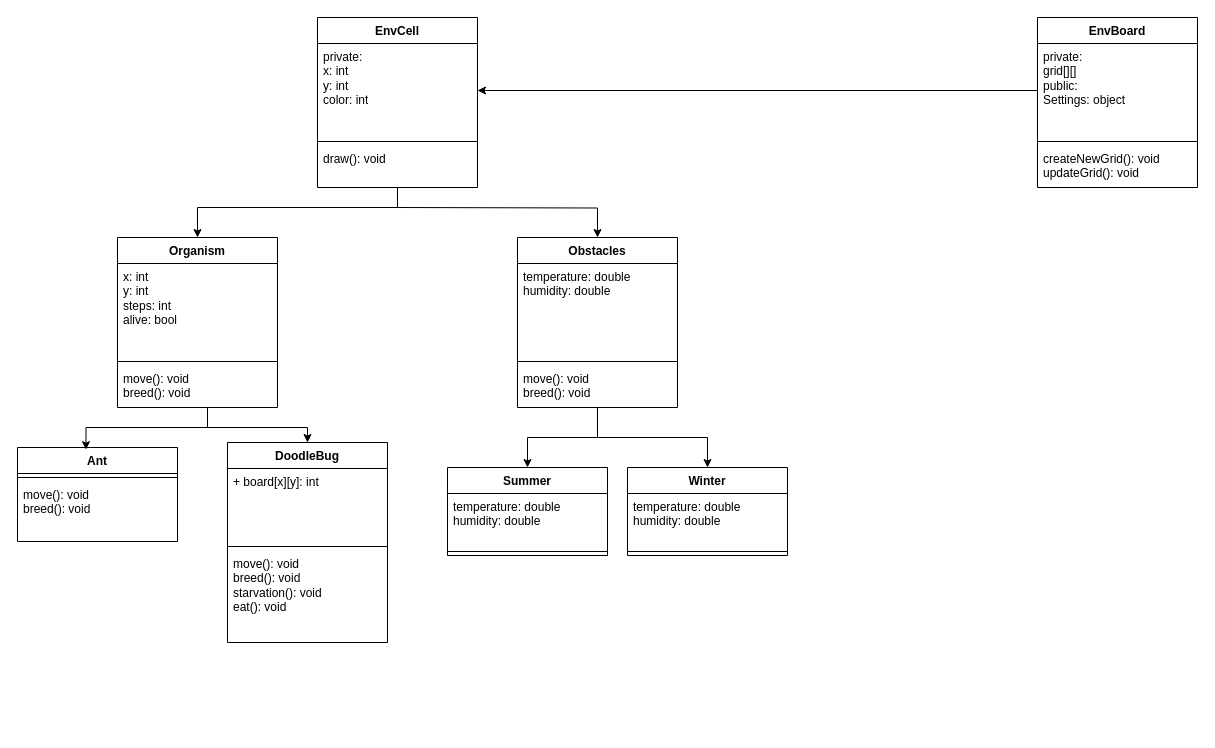
Earlier version of the draw.io diagram Class Diagram.drawio (seysha-git/Predator-prey-simulation). Source tidied: cells renumbered, new cells numbered last; positions are measured from the earlier drawing's top-left corner, leaving out a move shared by most shapes. Both pictures are drawn from the tidied source at 100%, with x=0, y=0 at pixel (17, 17).
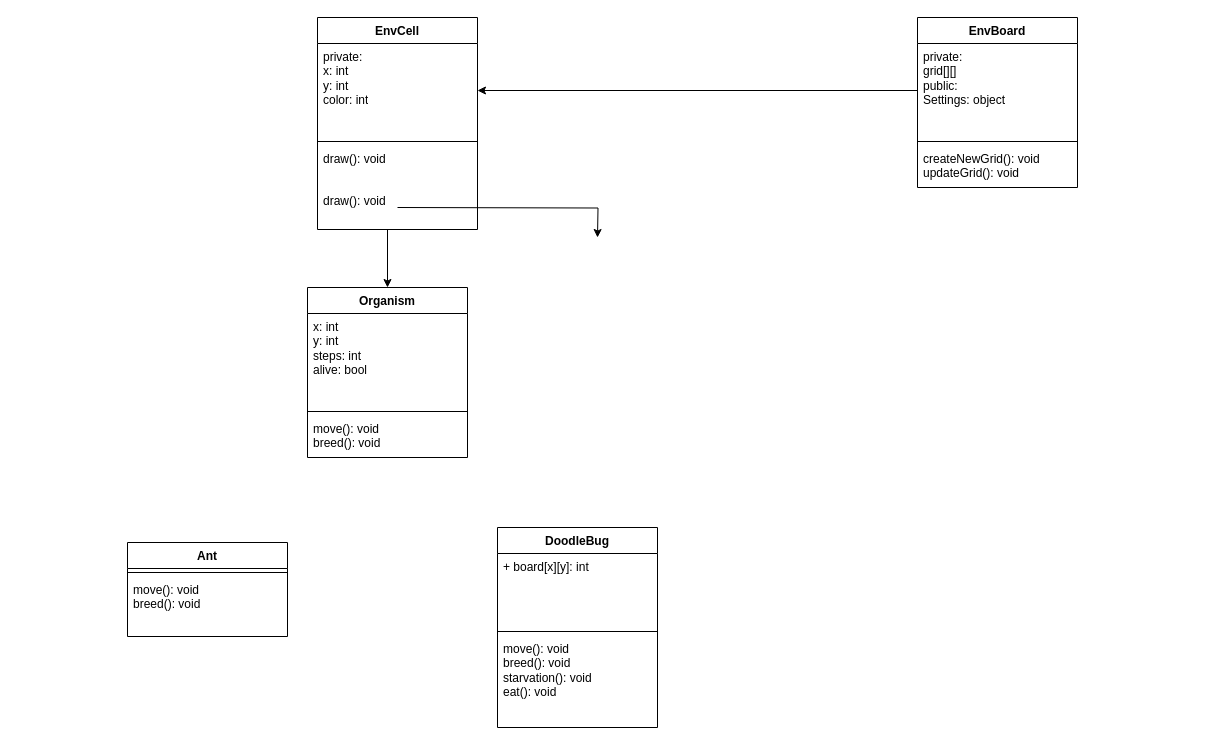
After the change.

The edit, as a diff of the source:
```diff
@@
     <mxCell id="2" value="Ant" style="swimlane;fontStyle=1;align=center;verticalAlign=top;horizontal=1;startSize=26;whiteSpace=wrap;html=1;" parent="1" vertex="1">
-      <mxGeometry y="430" width="160" height="94" as="geometry" />
+      <mxGeometry x="110" y="525" width="160" height="94" as="geometry" />
     </mxCell>
@@
     <mxCell id="5" value="DoodleBug" style="swimlane;fontStyle=1;align=center;verticalAlign=top;horizontal=1;startSize=26;whiteSpace=wrap;html=1;" parent="1" vertex="1">
-      <mxGeometry x="210" y="425" width="160" height="200" as="geometry" />
+      <mxGeometry x="480" y="510" width="160" height="200" as="geometry" />
     </mxCell>
@@
-    <mxCell id="9" style="edgeStyle=orthogonalEdgeStyle;rounded=0;jettySize=auto;html=1;" parent="1" edge="1" source="10" target="5">
-      <mxGeometry relative="1" as="geometry">
-        <Array as="points">
-          <mxPoint x="190" y="410" />
-          <mxPoint x="290" y="410" />
-        </Array>
-      </mxGeometry>
-    </mxCell>
     <mxCell id="10" value="Organism" style="swimlane;fontStyle=1;align=center;verticalAlign=top;horizontal=1;startSize=26;whiteSpace=wrap;html=1;" parent="1" vertex="1">
-      <mxGeometry x="100" y="220" width="160" height="170" as="geometry" />
+      <mxGeometry x="290" y="270" width="160" height="170" as="geometry" />
     </mxCell>
@@
-    <mxCell id="14" style="edgeStyle=orthogonalEdgeStyle;rounded=0;jettySize=auto;html=1;entryX=0.428;entryY=0.023;entryDx=0;entryDy=0;entryPerimeter=0;" parent="1" edge="1" source="10" target="2">
-      <mxGeometry relative="1" as="geometry">
-        <Array as="points">
-          <mxPoint x="190" y="410" />
-          <mxPoint x="68" y="410" />
-        </Array>
-      </mxGeometry>
-    </mxCell>
@@
-    <mxCell id="16" style="edgeStyle=orthogonalEdgeStyle;rounded=0;jettySize=auto;html=1;entryX=0.5;entryY=0;entryDx=0;entryDy=0;" parent="1" edge="1" target="23">
+    <mxCell id="16" style="edgeStyle=orthogonalEdgeStyle;rounded=0;orthogonalLoop=1;jettySize=auto;html=1;entryX=0.5;entryY=0;entryDx=0;entryDy=0;" parent="1" edge="1">
       <mxGeometry relative="1" as="geometry">
         <mxPoint x="380" y="190" as="sourcePoint" />
+        <mxPoint x="580" y="220" as="targetPoint" />
       </mxGeometry>
     </mxCell>
     <mxCell id="17" value="EnvCell" style="swimlane;fontStyle=1;align=center;verticalAlign=top;horizontal=1;startSize=26;whiteSpace=wrap;html=1;" parent="1" vertex="1">
-      <mxGeometry x="300" width="160" height="170" as="geometry" />
+      <mxGeometry x="300" width="160" height="212" as="geometry" />
     </mxCell>
@@
-    <mxCell id="21" style="edgeStyle=orthogonalEdgeStyle;rounded=0;jettySize=auto;html=1;" parent="1" edge="1" source="23" target="27">
-      <mxGeometry relative="1" as="geometry" />
-    </mxCell>
-    <mxCell id="22" style="edgeStyle=orthogonalEdgeStyle;rounded=0;jettySize=auto;html=1;entryX=0.5;entryY=0;entryDx=0;entryDy=0;" parent="1" edge="1" source="23" target="30">
-      <mxGeometry relative="1" as="geometry" />
-    </mxCell>
-    <mxCell id="23" value="Obstacles" style="swimlane;fontStyle=1;align=center;verticalAlign=top;horizontal=1;startSize=26;whiteSpace=wrap;html=1;" parent="1" vertex="1">
-      <mxGeometry x="500" y="220" width="160" height="170" as="geometry" />
-    </mxCell>
-    <mxCell id="24" value="temperature: double&lt;div&gt;humidity: double&lt;/div&gt;&lt;div&gt;&lt;br&gt;&lt;/div&gt;&lt;div&gt;&lt;div&gt;&lt;br&gt;&lt;div&gt;&lt;br&gt;&lt;/div&gt;&lt;/div&gt;&lt;/div&gt;" style="text;strokeColor=none;fillColor=none;align=left;verticalAlign=top;spacingLeft=4;spacingRight=4;overflow=hidden;whiteSpace=wrap;html=1;" parent="23" vertex="1">
-      <mxGeometry y="26" width="160" height="94" as="geometry" />
-    </mxCell>
-    <mxCell id="25" style="line;strokeWidth=1;fillColor=none;align=left;verticalAlign=middle;spacingTop=-1;spacingLeft=3;spacingRight=3;labelPosition=right;strokeColor=inherit;" parent="23" vertex="1">
-      <mxGeometry y="120" width="160" height="8" as="geometry" />
-    </mxCell>
-    <mxCell id="26" value="move(): void&lt;div&gt;breed(): void&lt;br&gt;&lt;div&gt;&lt;br&gt;&lt;/div&gt;&lt;/div&gt;" style="text;strokeColor=none;fillColor=none;align=left;verticalAlign=top;spacingLeft=4;spacingRight=4;overflow=hidden;whiteSpace=wrap;html=1;" parent="23" vertex="1">
-      <mxGeometry y="128" width="160" height="42" as="geometry" />
-    </mxCell>
-    <mxCell id="27" value="Winter" style="swimlane;fontStyle=1;align=center;verticalAlign=top;horizontal=1;startSize=26;whiteSpace=wrap;html=1;" parent="1" vertex="1">
-      <mxGeometry x="610" y="450" width="160" height="88" as="geometry" />
-    </mxCell>
-    <mxCell id="28" value="&lt;div&gt;&lt;div&gt;temperature: double&lt;div&gt;humidity: double&lt;/div&gt;&lt;/div&gt;&lt;/div&gt;" style="text;strokeColor=none;fillColor=none;align=left;verticalAlign=top;spacingLeft=4;spacingRight=4;overflow=hidden;whiteSpace=wrap;html=1;" parent="27" vertex="1">
-      <mxGeometry y="26" width="160" height="54" as="geometry" />
-    </mxCell>
-    <mxCell id="29" style="line;strokeWidth=1;fillColor=none;align=left;verticalAlign=middle;spacingTop=-1;spacingLeft=3;spacingRight=3;labelPosition=right;strokeColor=inherit;" parent="27" vertex="1">
-      <mxGeometry y="80" width="160" height="8" as="geometry" />
-    </mxCell>
-    <mxCell id="30" value="Summer" style="swimlane;fontStyle=1;align=center;verticalAlign=top;horizontal=1;startSize=26;whiteSpace=wrap;html=1;" parent="1" vertex="1">
-      <mxGeometry x="430" y="450" width="160" height="88" as="geometry" />
-    </mxCell>
-    <mxCell id="31" value="&lt;div&gt;&lt;div&gt;temperature: double&lt;div&gt;humidity: double&lt;/div&gt;&lt;/div&gt;&lt;/div&gt;" style="text;strokeColor=none;fillColor=none;align=left;verticalAlign=top;spacingLeft=4;spacingRight=4;overflow=hidden;whiteSpace=wrap;html=1;" parent="30" vertex="1">
-      <mxGeometry y="26" width="160" height="54" as="geometry" />
-    </mxCell>
-    <mxCell id="32" style="line;strokeWidth=1;fillColor=none;align=left;verticalAlign=middle;spacingTop=-1;spacingLeft=3;spacingRight=3;labelPosition=right;strokeColor=inherit;" parent="30" vertex="1">
-      <mxGeometry y="80" width="160" height="8" as="geometry" />
-    </mxCell>
+    <mxCell id="38" value="draw(): void" style="text;strokeColor=none;fillColor=none;align=left;verticalAlign=top;spacingLeft=4;spacingRight=4;overflow=hidden;whiteSpace=wrap;html=1;" parent="17" vertex="1">
+      <mxGeometry y="170" width="160" height="42" as="geometry" />
+    </mxCell>
     <mxCell id="33" value="EnvBoard" style="swimlane;fontStyle=1;align=center;verticalAlign=top;horizontal=1;startSize=26;whiteSpace=wrap;html=1;" parent="1" vertex="1">
-      <mxGeometry x="1020" width="160" height="170" as="geometry" />
+      <mxGeometry x="900" width="160" height="170" as="geometry" />
     </mxCell>
```
